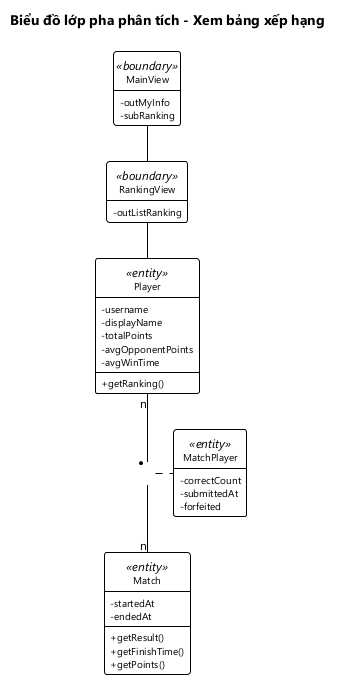
This is docs/hung/lop-phan-tich-uc04.png from HungNguyenBa1811/math-dash, a PlantUML export, as it was before one commit.
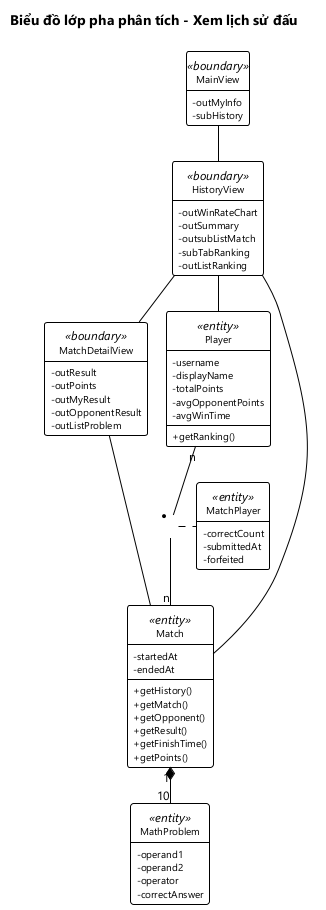
The same diagram one commit later.

Diff of the diagram source:
```diff
@@ -1,13 +1,24 @@
 @startuml lop-phan-tich-uc04
 !include _theme.iuml
-title Biểu đồ lớp pha phân tích - Xem bảng xếp hạng
+title Biểu đồ lớp pha phân tích - Xem lịch sử đấu
 
 class MainView <<boundary>> {
   - outMyInfo
-  - subRanking
+  - subHistory
 }
-class RankingView <<boundary>> {
+class HistoryView <<boundary>> {
+  - outWinRateChart
+  - outSummary
+  - outsubListMatch
+  - subTabRanking
   - outListRanking
+}
+class MatchDetailView <<boundary>> {
+  - outResult
+  - outPoints
+  - outMyResult
+  - outOpponentResult
+  - outListProblem
 }
 class Player <<entity>> {
   - username
@@ -20,6 +31,9 @@
 class Match <<entity>> {
   - startedAt
   - endedAt
+  + getHistory()
+  + getMatch()
+  + getOpponent()
   + getResult()
   + getFinishTime()
   + getPoints()
@@ -29,9 +43,19 @@
   - submittedAt
   - forfeited
 }
+class MathProblem <<entity>> {
+  - operand1
+  - operand2
+  - operator
+  - correctAnswer
+}
 
-MainView -- RankingView
-RankingView -- Player
+MainView -- HistoryView
+HistoryView -- MatchDetailView
+HistoryView -- Match
+HistoryView -- Player
+MatchDetailView -- Match
 Player "n" -- "n" Match
 (Player, Match) .. MatchPlayer
+Match "1" *-- "10" MathProblem
 @enduml
```
